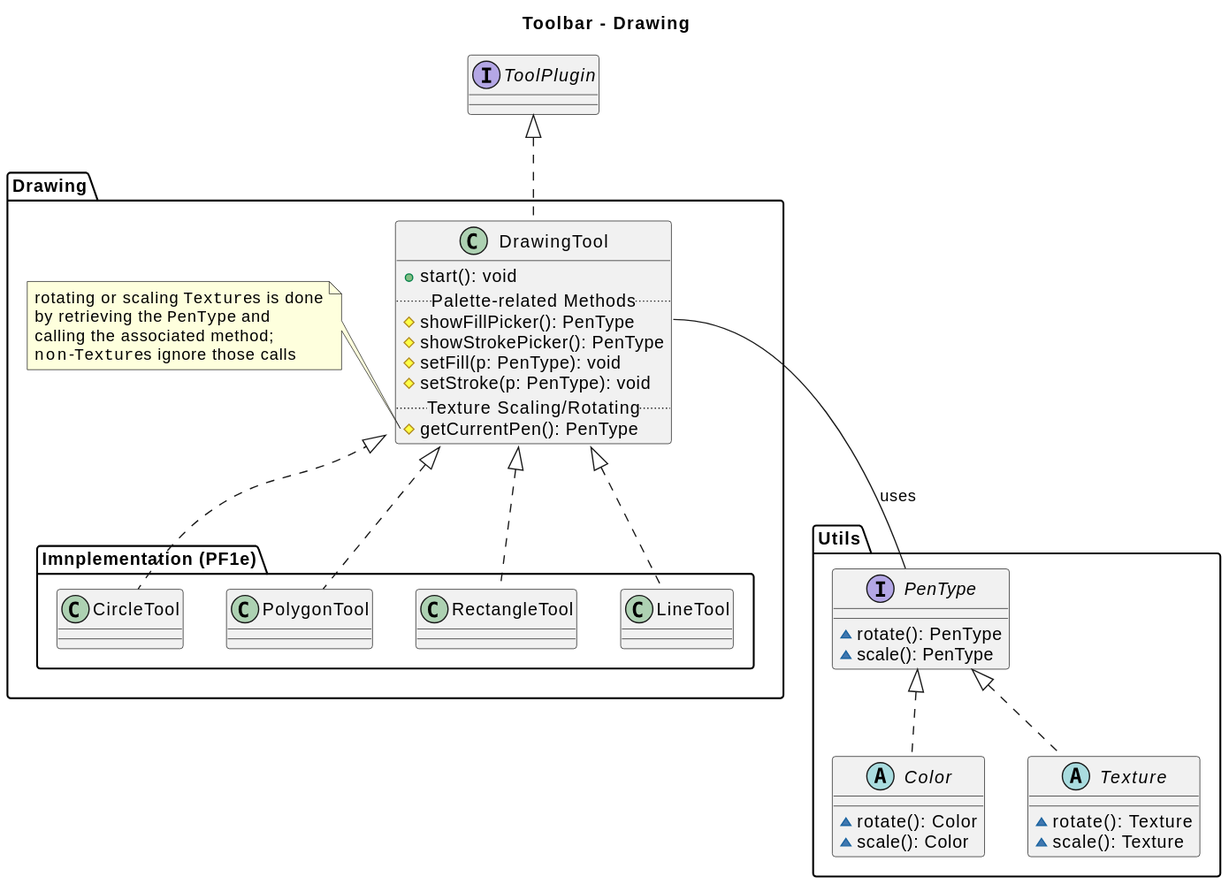
Earlier version of the PlantUML export toolbar-drawings.svg (Azhrei/toolbar-design).
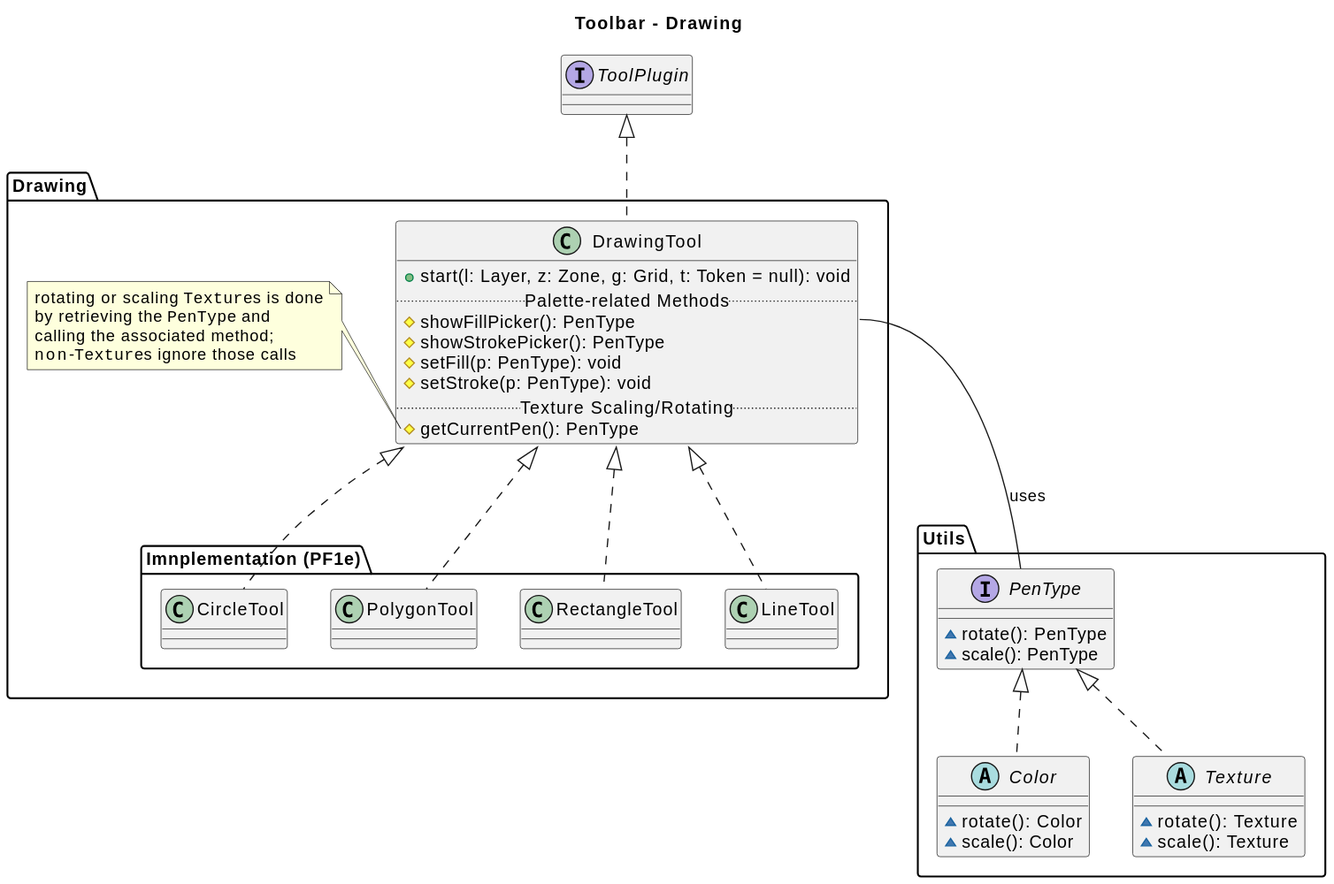
The same file after the commit.

Commit message:
Added a few links, updated some diagrams

The edit, as a diff of the source:
```diff
@@ -20,7 +20,7 @@
 
 package Drawing {
     class DrawingTool implements .ToolPlugin {
-        +start(): void
+        +start(l: Layer, z: Zone, g: Grid, t: Token = null): void
         ..Palette-related Methods..
         #showFillPicker(): PenType
         #showStrokePicker(): PenType
```
